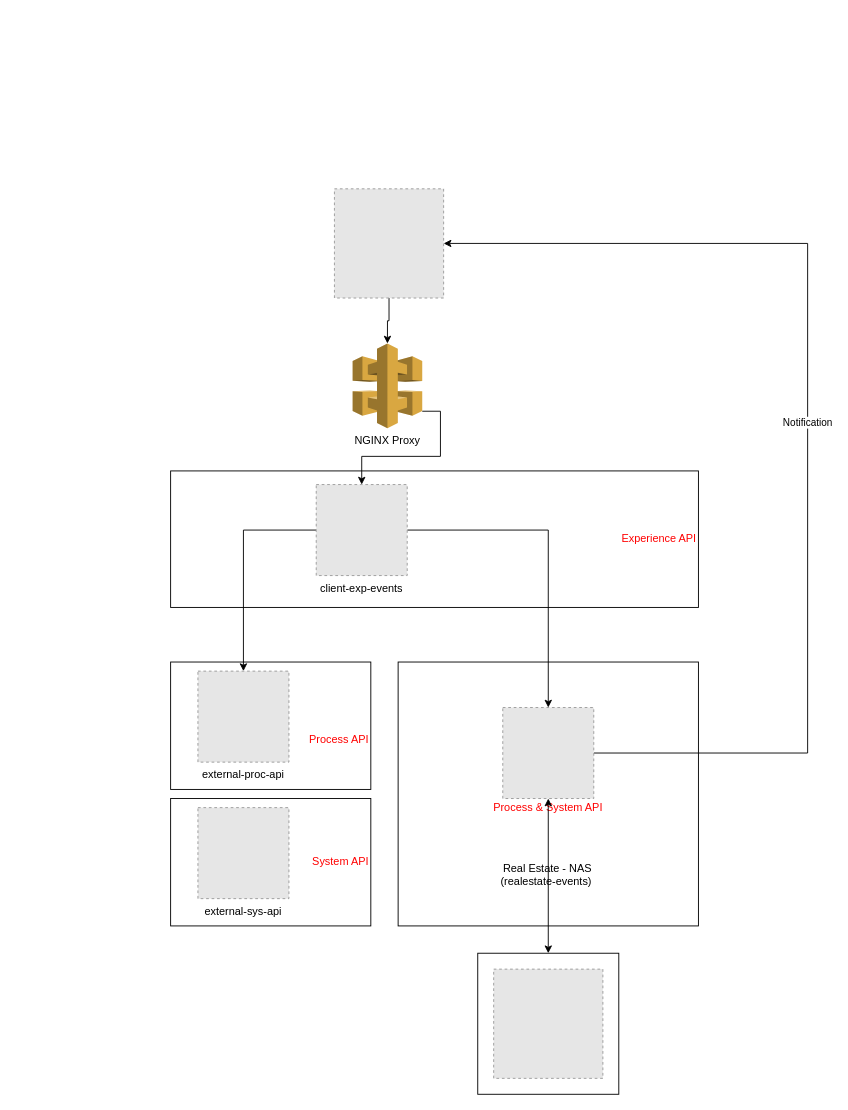
This is page "HUB_BMO_Specific" (4 of 4) of RELNKS_Arechitect.drawio from hsrchung81/FlowDiagram, a draw.io file, before an edit. Source tidied: cells renumbered, new cells numbered last; positions are measured from the earlier drawing's top-left corner, leaving out a move shared by most shapes. Both pictures are drawn from the tidied source at 91%, with x=0, y=0 at pixel (170, 188). Pictures stored in the file or linked from it are replaced by grey dashed boxes.
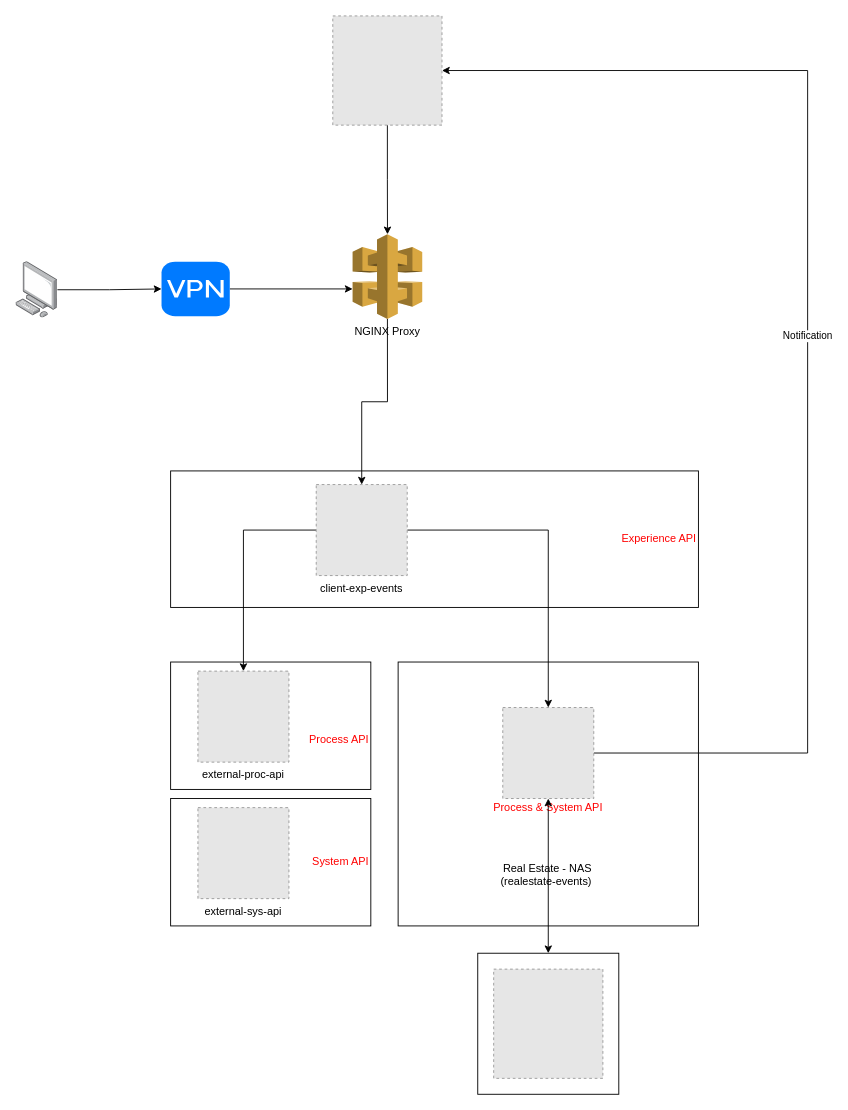
The same diagram, later.

The change refers to these unchanged cells:
```xml
<mxCell id="6" value="Real Estate - NAS&#10;(realestate-events)" style="fillColor=#E6E6E6;strokeColor=#999999;dashed=1;verticalLabelPosition=bottom;verticalAlign=bottom;align=right;" parent="1" vertex="1">
  <mxGeometry x="365" y="570" width="100" height="100" as="geometry" />
</mxCell>
<mxCell id="13" value="client-exp-events" style="fillColor=#E6E6E6;strokeColor=#999999;dashed=1;verticalLabelPosition=bottom;verticalAlign=top;" parent="1" vertex="1">
  <mxGeometry x="160" y="325" width="100" height="100" as="geometry" />
</mxCell>
```

Diff of the diagram source:
```diff
@@
-    <mxCell id="5" value="Notification" style="edgeStyle=orthogonalEdgeStyle;rounded=0;jettySize=auto;html=1;entryX=1;entryY=0.5;entryDx=0;entryDy=0;startArrow=none;startFill=0;endArrow=classic;endFill=1;" parent="1" edge="1" source="6" target="20">
+    <mxCell id="5" value="Notification" style="edgeStyle=orthogonalEdgeStyle;rounded=0;jettySize=auto;html=1;startArrow=none;startFill=0;endArrow=classic;endFill=1;entryX=1;entryY=0.5;entryDx=0;entryDy=0;" parent="1" edge="1" source="6" target="20">
       <mxGeometry relative="1" as="geometry">
         <Array as="points">
           <mxPoint x="700" y="620" />
-          <mxPoint x="700" y="60" />
+          <mxPoint x="700" y="-130" />
         </Array>
       </mxGeometry>
     </mxCell>
@@
-    <mxCell id="17" style="edgeStyle=orthogonalEdgeStyle;rounded=0;jettySize=auto;html=1;exitX=1;exitY=0.8;exitDx=0;exitDy=0;exitPerimeter=0;" parent="1" edge="1" source="18" target="13">
-      <mxGeometry relative="1" as="geometry" />
+    <mxCell id="17" style="edgeStyle=orthogonalEdgeStyle;rounded=0;jettySize=auto;html=1;exitX=0.5;exitY=1;exitDx=0;exitDy=0;exitPerimeter=0;" parent="1" edge="1" source="18" target="13">
+      <mxGeometry relative="1" as="geometry">
+        <Array as="points">
+          <mxPoint x="238" y="234" />
+          <mxPoint x="210" y="234" />
+        </Array>
+      </mxGeometry>
     </mxCell>
     <mxCell id="18" value="NGINX Proxy" style="outlineConnect=0;dashed=0;verticalLabelPosition=bottom;verticalAlign=top;align=center;html=1;shape=mxgraph.aws3.api_gateway;fillColor=#D9A741;gradientColor=none;" parent="1" vertex="1">
-      <mxGeometry x="200" y="170" width="76.5" height="93" as="geometry" />
+      <mxGeometry x="200" y="50" width="76.5" height="93" as="geometry" />
     </mxCell>
-    <mxCell id="19" style="edgeStyle=orthogonalEdgeStyle;rounded=0;jettySize=auto;html=1;entryX=0.5;entryY=0;entryDx=0;entryDy=0;entryPerimeter=0;" parent="1" edge="1" source="20" target="18">
+    <mxCell id="19" style="edgeStyle=orthogonalEdgeStyle;rounded=0;jettySize=auto;html=1;" parent="1" edge="1" source="20" target="18">
       <mxGeometry relative="1" as="geometry" />
     </mxCell>
     <mxCell id="20" style="fillColor=#E6E6E6;strokeColor=#999999;dashed=1;verticalLabelPosition=bottom;labelBackgroundColor=#ffffff;verticalAlign=top;" parent="1" vertex="1">
-      <mxGeometry x="180" width="120" height="120" as="geometry" />
+      <mxGeometry x="178.2" y="-190" width="120" height="120" as="geometry" />
     </mxCell>
+    <mxCell id="21" style="edgeStyle=orthogonalEdgeStyle;rounded=0;jettySize=auto;html=1;" parent="1" edge="1" source="22" target="24">
+      <mxGeometry relative="1" as="geometry" />
+    </mxCell>
+    <mxCell id="22" style="points=[];html=1;align=center;shadow=0;dashed=0;image;image=img/lib/allied_telesis/computer_and_terminals/Personal_Computer.svg;" parent="1" vertex="1">
+      <mxGeometry x="-170" y="80" width="45.6" height="61.8" as="geometry" />
+    </mxCell>
+    <mxCell id="23" style="edgeStyle=orthogonalEdgeStyle;rounded=0;jettySize=auto;html=1;" parent="1" edge="1" source="24" target="18">
+      <mxGeometry relative="1" as="geometry">
+        <Array as="points">
+          <mxPoint x="140" y="110" />
+          <mxPoint x="140" y="110" />
+        </Array>
+      </mxGeometry>
+    </mxCell>
+    <mxCell id="24" style="html=1;strokeWidth=1;shadow=0;dashed=0;shape=mxgraph.ios7.misc.vpn;fillColor=#007AFF;strokeColor=none;buttonText=;strokeColor2=#222222;fontColor=#222222;fontSize=8;verticalLabelPosition=bottom;verticalAlign=top;align=center;" parent="1" vertex="1">
+      <mxGeometry x="-10" y="80" width="75" height="60" as="geometry" />
+    </mxCell>
```
